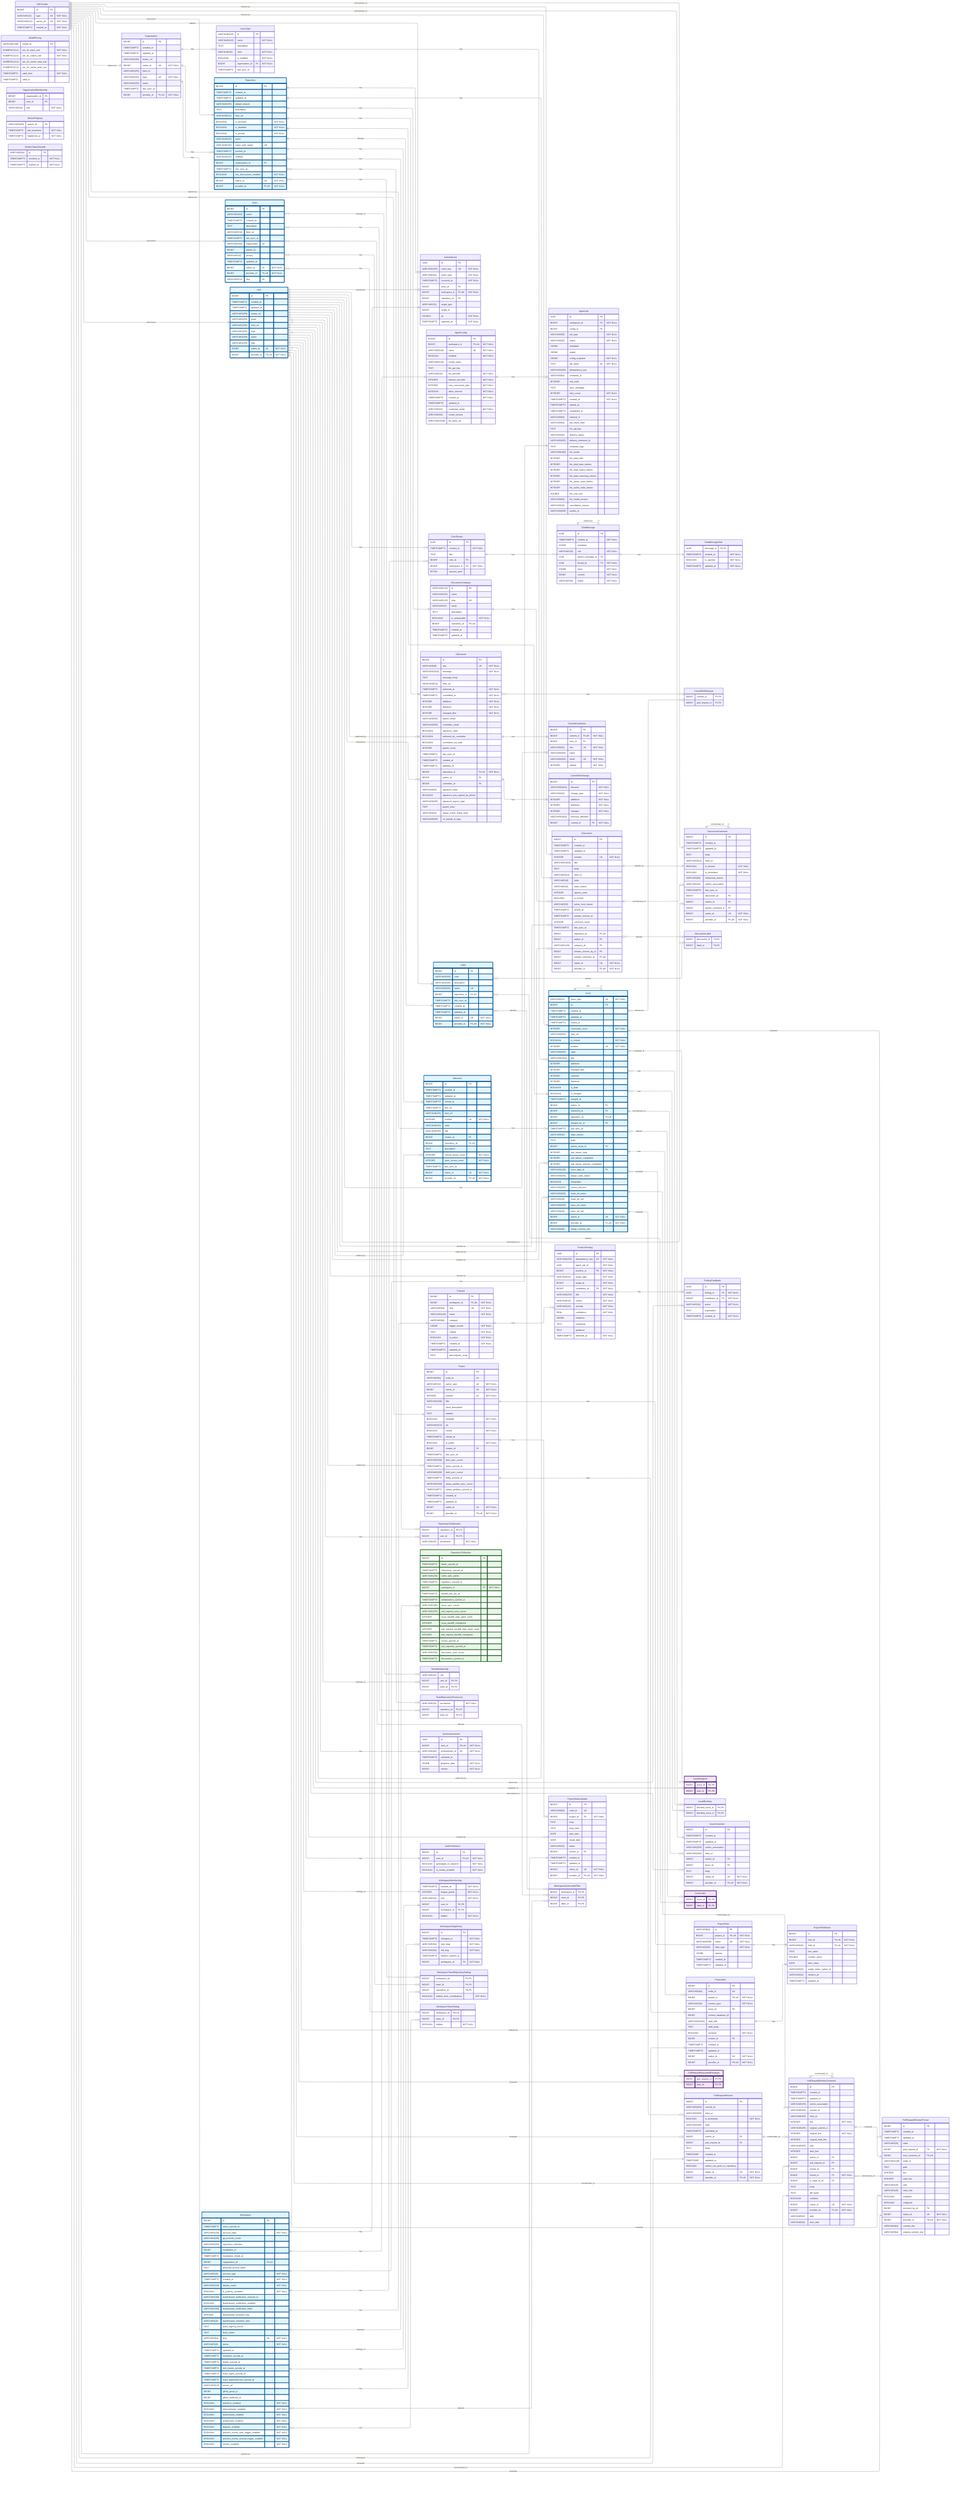
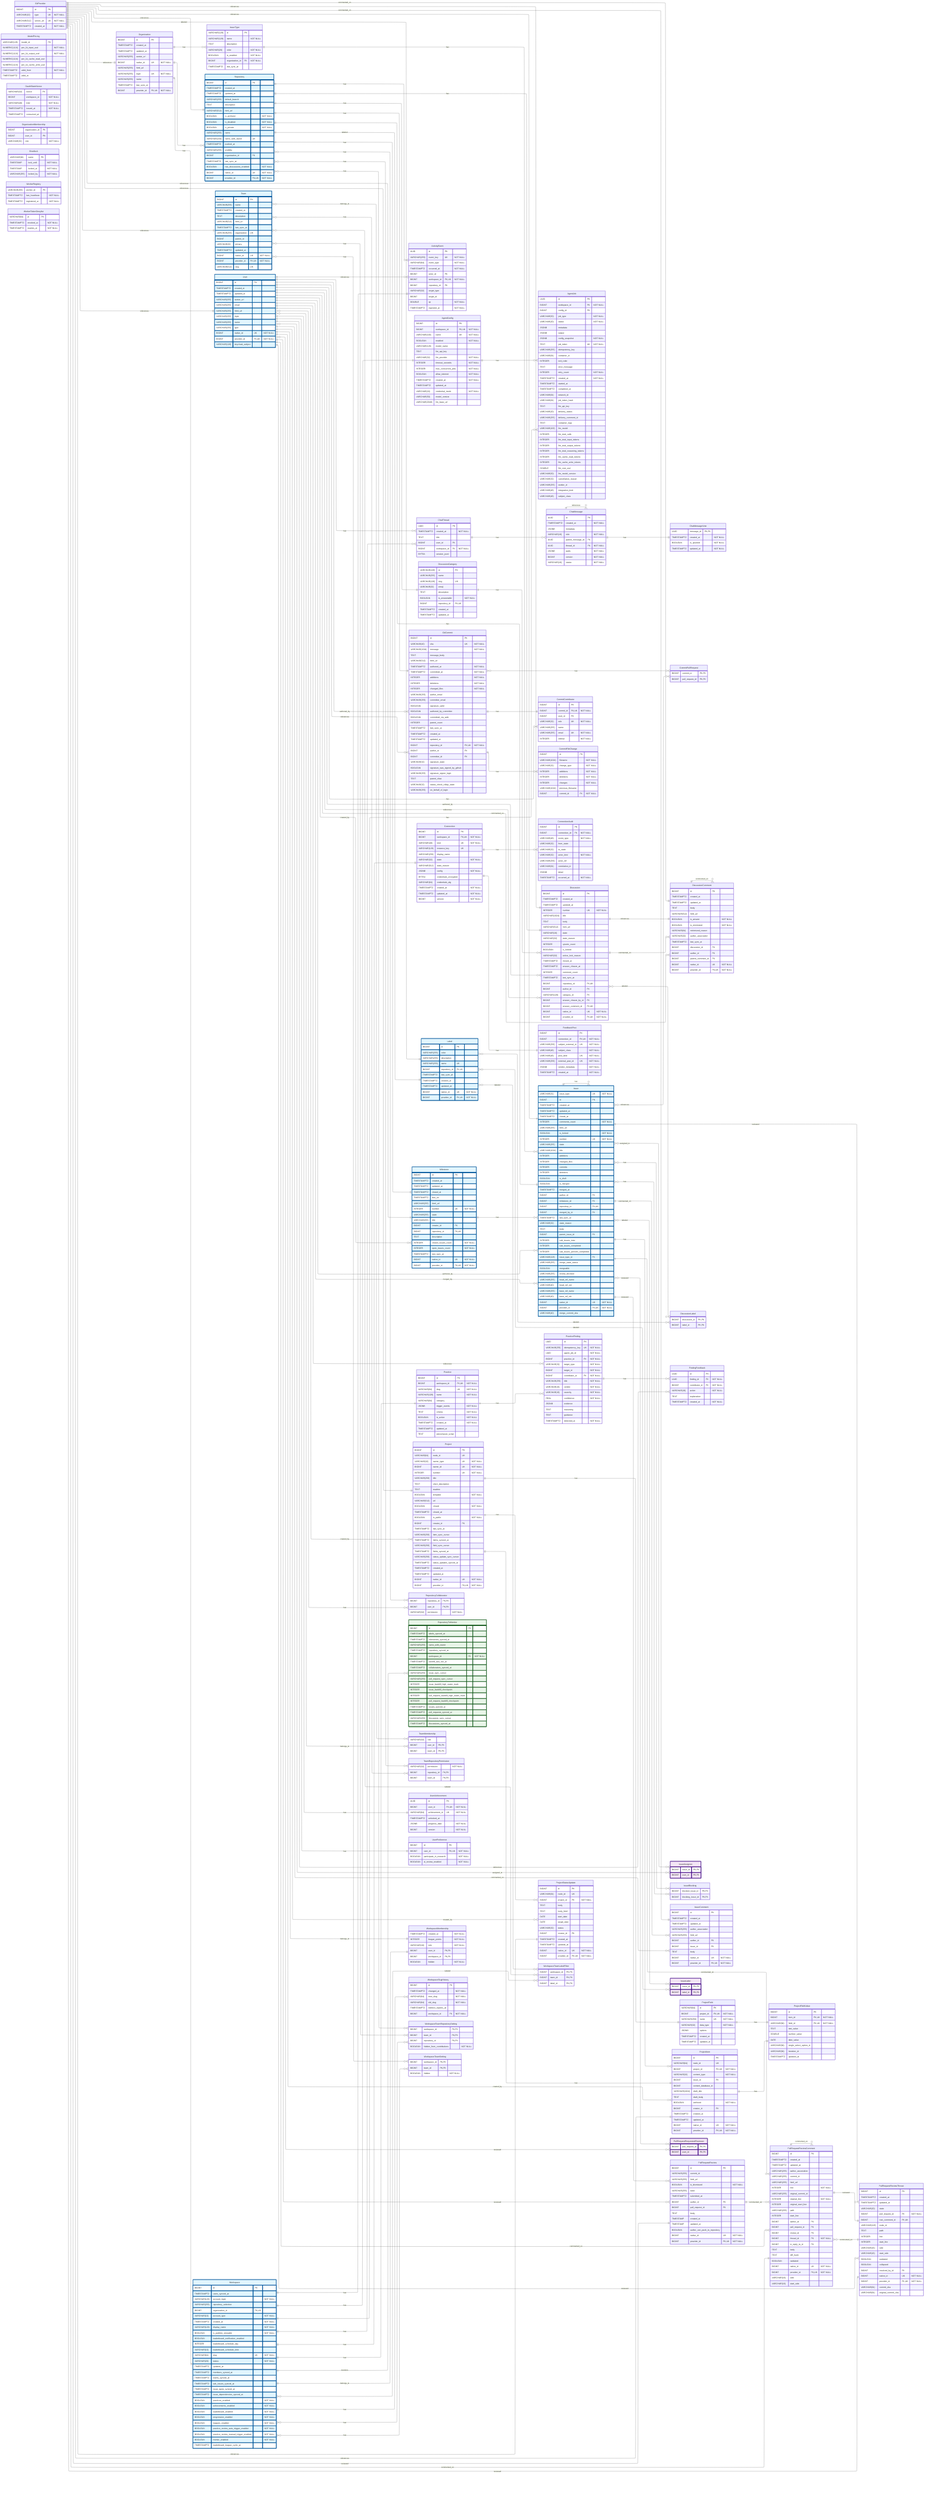
---
config:
    layout: elk
---
erDiagram
    %% Generated automatically from PostgreSQL database schema
    %% using scripts/generate-mermaid-erd.ts
    %% To regenerate: pnpm run db:generate-erd-docs

    direction LR

    ActivityEvent {
        UUID id PK
        VARCHAR(255) event_key UK "NOT NULL"
        VARCHAR(64) event_type "NOT NULL"
        TIMESTAMPTZ occurred_at "NOT NULL"
        BIGINT actor_id FK
        BIGINT workspace_id FK,UK "NOT NULL"
        BIGINT repository_id FK
        VARCHAR(32) target_type
        BIGINT target_id
        DOUBLE xp "NOT NULL"
        TIMESTAMPTZ ingested_at "NOT NULL"
    }

    AgentConfig {
        BIGINT id PK
        BIGINT workspace_id FK,UK "NOT NULL"
        VARCHAR(100) name UK "NOT NULL"
        BOOLEAN enabled "NOT NULL"
        VARCHAR(128) model_name
        TEXT llm_api_key
        VARCHAR(32) llm_provider "NOT NULL"
        INTEGER timeout_seconds "NOT NULL"
        INTEGER max_concurrent_jobs "NOT NULL"
        BOOLEAN allow_internet "NOT NULL"
        TIMESTAMPTZ created_at "NOT NULL"
        TIMESTAMPTZ updated_at
        VARCHAR(16) credential_mode "NOT NULL"
        VARCHAR(50) model_version
        VARCHAR(2048) llm_base_url
    }

    AgentJob {
        UUID id PK
        BIGINT workspace_id FK "NOT NULL"
        BIGINT config_id FK
        VARCHAR(50) job_type "NOT NULL"
        VARCHAR(20) status "NOT NULL"
        JSONB metadata
        JSONB output
        JSONB config_snapshot "NOT NULL"
        TEXT job_token UK "NOT NULL"
        VARCHAR(255) idempotency_key
        VARCHAR(64) container_id
        INTEGER exit_code
        TEXT error_message
        INTEGER retry_count "NOT NULL"
        TIMESTAMPTZ created_at "NOT NULL"
        TIMESTAMPTZ started_at
        TIMESTAMPTZ completed_at
        VARCHAR(64) network_id
        VARCHAR(64) job_token_hash
        TEXT llm_api_key
        VARCHAR(20) delivery_status
        VARCHAR(255) delivery_comment_id
        TEXT container_logs
        VARCHAR(100) llm_model
        INTEGER llm_total_calls
        INTEGER llm_total_input_tokens
        INTEGER llm_total_output_tokens
        INTEGER llm_total_reasoning_tokens
        INTEGER llm_cache_read_tokens
        INTEGER llm_cache_write_tokens
        DOUBLE llm_cost_usd
        VARCHAR(50) llm_model_version
        VARCHAR(32) cancellation_reason
        VARCHAR(255) worker_id
+         VARCHAR(48) integration_kind
+         VARCHAR(48) subject_class
    }

    ChatMessage {
        UUID id PK
        TIMESTAMPTZ created_at "NOT NULL"
        JSONB metadata
        VARCHAR(16) role "NOT NULL"
        UUID parent_message_id FK
        UUID thread_id FK "NOT NULL"
        JSONB parts "NOT NULL"
        BIGINT version "NOT NULL"
        VARCHAR(16) status "NOT NULL"
    }

    ChatMessageVote {
        UUID message_id PK,FK
        TIMESTAMPTZ created_at "NOT NULL"
        BOOLEAN is_upvoted "NOT NULL"
        TIMESTAMPTZ updated_at "NOT NULL"
    }

    ChatThread {
        UUID id PK
        TIMESTAMPTZ created_at "NOT NULL"
        TEXT title
        BIGINT user_id FK
        BIGINT workspace_id FK "NOT NULL"
        BYTEA session_jsonl
    }

    CommitContributor {
        BIGINT id PK
        BIGINT commit_id FK,UK "NOT NULL"
        BIGINT user_id FK
        VARCHAR(32) role UK "NOT NULL"
        VARCHAR(255) name
        VARCHAR(255) email UK "NOT NULL"
        INTEGER ordinal "NOT NULL"
    }

    CommitFileChange {
        BIGINT id PK
        VARCHAR(1024) filename "NOT NULL"
        VARCHAR(32) change_type "NOT NULL"
        INTEGER additions "NOT NULL"
        INTEGER deletions "NOT NULL"
        INTEGER changes "NOT NULL"
        VARCHAR(1024) previous_filename
        BIGINT commit_id FK "NOT NULL"
    }

    CommitPullRequest {
        BIGINT commit_id PK,FK
        BIGINT pull_request_id PK,FK
+     }
+ 
+     Connection {
+         BIGINT id PK
+         BIGINT workspace_id FK,UK "NOT NULL"
+         VARCHAR(48) kind UK "NOT NULL"
+         VARCHAR(128) instance_key UK
+         VARCHAR(256) display_name
+         VARCHAR(32) state "NOT NULL"
+         VARCHAR(512) state_reason
+         JSONB config "NOT NULL"
+         BYTEA credentials_encrypted
+         VARCHAR(64) credentials_alg
+         TIMESTAMPTZ created_at "NOT NULL"
+         TIMESTAMPTZ updated_at "NOT NULL"
+         BIGINT version "NOT NULL"
+     }
+ 
+     ConnectionAudit {
+         BIGINT id PK
+         BIGINT connection_id FK "NOT NULL"
+         VARCHAR(48) event_type "NOT NULL"
+         VARCHAR(32) from_state
+         VARCHAR(32) to_state
+         VARCHAR(32) actor_kind "NOT NULL"
+         VARCHAR(256) actor_ref
+         VARCHAR(64) correlation_id
+         JSONB detail
+         TIMESTAMPTZ occurred_at "NOT NULL"
    }

    Discussion {
        BIGINT id PK
        TIMESTAMPTZ created_at
        TIMESTAMPTZ updated_at
        INTEGER number UK "NOT NULL"
        VARCHAR(1024) title
        TEXT body
        VARCHAR(512) html_url
        VARCHAR(16) state
        VARCHAR(32) state_reason
        INTEGER upvote_count
        BOOLEAN is_locked
        VARCHAR(32) active_lock_reason
        TIMESTAMPTZ closed_at
        TIMESTAMPTZ answer_chosen_at
        INTEGER comment_count
        TIMESTAMPTZ last_sync_at
        BIGINT repository_id FK,UK
        BIGINT author_id FK
        VARCHAR(128) category_id FK
        BIGINT answer_chosen_by_id FK
        BIGINT answer_comment_id FK,UK
        BIGINT native_id UK "NOT NULL"
        BIGINT provider_id FK,UK "NOT NULL"
    }

    DiscussionCategory {
        VARCHAR(128) id PK
        VARCHAR(255) name
        VARCHAR(128) slug UK
        VARCHAR(32) emoji
        TEXT description
        BOOLEAN is_answerable "NOT NULL"
        BIGINT repository_id FK,UK
        TIMESTAMPTZ created_at
        TIMESTAMPTZ updated_at
    }

    DiscussionComment {
        BIGINT id PK
        TIMESTAMPTZ created_at
        TIMESTAMPTZ updated_at
        TEXT body
        VARCHAR(512) html_url
        BOOLEAN is_answer "NOT NULL"
        BOOLEAN is_minimized "NOT NULL"
        VARCHAR(64) minimized_reason
        VARCHAR(32) author_association
        TIMESTAMPTZ last_sync_at
        BIGINT discussion_id FK
        BIGINT author_id FK
        BIGINT parent_comment_id FK
        BIGINT native_id UK "NOT NULL"
        BIGINT provider_id FK,UK "NOT NULL"
    }

    DiscussionLabel {
        BIGINT discussion_id PK,FK
        BIGINT label_id PK,FK
+     }
+ 
+     FeedbackPost {
+         BIGINT id PK
+         BIGINT connection_id FK,UK "NOT NULL"
+         VARCHAR(256) subject_external_id UK "NOT NULL"
+         VARCHAR(48) subject_class "NOT NULL"
+         VARCHAR(48) post_kind UK "NOT NULL"
+         VARCHAR(256) external_post_id UK "NOT NULL"
+         JSONB vendor_metadata "NOT NULL"
+         TIMESTAMPTZ created_at "NOT NULL"
    }

    FindingFeedback {
        UUID id PK
        UUID finding_id FK "NOT NULL"
        BIGINT contributor_id FK "NOT NULL"
        VARCHAR(16) action "NOT NULL"
        TEXT explanation
        TIMESTAMPTZ created_at "NOT NULL"
    }

    GitCommit {
        BIGINT id PK
        VARCHAR(40) sha UK "NOT NULL"
        VARCHAR(1024) message "NOT NULL"
        TEXT message_body
        VARCHAR(512) html_url
        TIMESTAMPTZ authored_at "NOT NULL"
        TIMESTAMPTZ committed_at "NOT NULL"
        INTEGER additions "NOT NULL"
        INTEGER deletions "NOT NULL"
        INTEGER changed_files "NOT NULL"
        VARCHAR(255) author_email
        VARCHAR(255) committer_email
        BOOLEAN signature_valid
        BOOLEAN authored_by_committer
        BOOLEAN committed_via_web
        INTEGER parent_count
        TIMESTAMPTZ last_sync_at
        TIMESTAMPTZ created_at
        TIMESTAMPTZ updated_at
        BIGINT repository_id FK,UK "NOT NULL"
        BIGINT author_id FK
        BIGINT committer_id FK
        VARCHAR(32) signature_state
        BOOLEAN signature_was_signed_by_github
        VARCHAR(255) signature_signer_login
        TEXT parent_shas
        VARCHAR(32) status_check_rollup_state
        VARCHAR(255) on_behalf_of_login
    }

    GitProvider {
        BIGINT id PK
        VARCHAR(10) type UK "NOT NULL"
        VARCHAR(512) server_url UK "NOT NULL"
        TIMESTAMPTZ created_at "NOT NULL"
    }

    Issue {
        VARCHAR(31) issue_type UK "NOT NULL"
        BIGINT id PK
        TIMESTAMPTZ created_at
        TIMESTAMPTZ updated_at
        TIMESTAMPTZ closed_at
        INTEGER comments_count "NOT NULL"
        VARCHAR(255) html_url
        BOOLEAN is_locked "NOT NULL"
        INTEGER number UK "NOT NULL"
        VARCHAR(255) state
        VARCHAR(1024) title
        INTEGER additions
        INTEGER changed_files
        INTEGER commits
        INTEGER deletions
        BOOLEAN is_draft
        BOOLEAN is_merged
        TIMESTAMPTZ merged_at
        BIGINT author_id FK
        BIGINT milestone_id FK
        BIGINT repository_id FK,UK
        BIGINT merged_by_id FK
        TIMESTAMPTZ last_sync_at
        VARCHAR(32) state_reason
        TEXT body
        BIGINT parent_issue_id FK
        INTEGER sub_issues_total
        INTEGER sub_issues_completed
        INTEGER sub_issues_percent_completed
        VARCHAR(128) issue_type_id FK
        VARCHAR(255) merge_state_status
        BOOLEAN mergeable
        VARCHAR(255) review_decision
        VARCHAR(255) head_ref_name
        VARCHAR(40) head_ref_oid
        VARCHAR(255) base_ref_name
        VARCHAR(40) base_ref_oid
        BIGINT native_id UK "NOT NULL"
        BIGINT provider_id FK,UK "NOT NULL"
        VARCHAR(40) merge_commit_sha
    }

    IssueAssignee {
        BIGINT issue_id PK,FK
        BIGINT user_id PK,FK
    }

    IssueBlocking {
        BIGINT blocked_issue_id PK,FK
        BIGINT blocking_issue_id PK,FK
    }

    IssueComment {
        BIGINT id PK
        TIMESTAMPTZ created_at
        TIMESTAMPTZ updated_at
        VARCHAR(255) author_association
        VARCHAR(255) html_url
        BIGINT author_id FK
        BIGINT issue_id FK
        TEXT body
        BIGINT native_id UK "NOT NULL"
        BIGINT provider_id FK,UK "NOT NULL"
    }

    IssueLabel {
        BIGINT issue_id PK,FK
        BIGINT label_id PK,FK
    }

    IssueType {
        VARCHAR(128) id PK
        VARCHAR(128) name "NOT NULL"
        TEXT description
        VARCHAR(20) color "NOT NULL"
        BOOLEAN is_enabled "NOT NULL"
        BIGINT organization_id FK "NOT NULL"
        TIMESTAMPTZ last_sync_at
    }

    Label {
        BIGINT id PK
        VARCHAR(255) color
        VARCHAR(255) description
        VARCHAR(255) name UK
        BIGINT repository_id FK,UK
        TIMESTAMPTZ last_sync_at
        TIMESTAMPTZ created_at
        TIMESTAMPTZ updated_at
        BIGINT native_id UK "NOT NULL"
        BIGINT provider_id FK,UK "NOT NULL"
    }

    Milestone {
        BIGINT id PK
        TIMESTAMPTZ created_at
        TIMESTAMPTZ updated_at
        TIMESTAMPTZ closed_at
        TIMESTAMPTZ due_on
        VARCHAR(255) html_url
        INTEGER number UK "NOT NULL"
        VARCHAR(255) state
        VARCHAR(255) title
        BIGINT creator_id FK
        BIGINT repository_id FK,UK
        TEXT description
        INTEGER closed_issues_count "NOT NULL"
        INTEGER open_issues_count "NOT NULL"
        TIMESTAMPTZ last_sync_at
        BIGINT native_id UK "NOT NULL"
        BIGINT provider_id FK,UK "NOT NULL"
    }

    ModelPricing {
        VARCHAR(128) model_id PK
        NUMERIC(12,6) per_1k_input_usd "NOT NULL"
        NUMERIC(12,6) per_1k_output_usd "NOT NULL"
        NUMERIC(12,6) per_1k_cache_read_usd
        NUMERIC(12,6) per_1k_cache_write_usd
        TIMESTAMPTZ valid_from "NOT NULL"
        TIMESTAMPTZ valid_to
    }

+     OauthStateNonce {
+         VARCHAR(32) nonce PK
+         BIGINT workspace_id "NOT NULL"
+         VARCHAR(48) kind "NOT NULL"
+         TIMESTAMPTZ issued_at "NOT NULL"
+         TIMESTAMPTZ consumed_at
+     }
+ 
    Organization {
        BIGINT id PK
        TIMESTAMPTZ created_at
        TIMESTAMPTZ updated_at
        VARCHAR(255) avatar_url
        BIGINT native_id UK "NOT NULL"
        VARCHAR(255) html_url
        VARCHAR(255) login UK "NOT NULL"
        VARCHAR(255) name
        TIMESTAMPTZ last_sync_at
        BIGINT provider_id FK,UK "NOT NULL"
    }

    OrganizationMembership {
        BIGINT organization_id PK
        BIGINT user_id PK
        VARCHAR(32) role "NOT NULL"
    }

    Practice {
        BIGINT id PK
        BIGINT workspace_id FK,UK "NOT NULL"
        VARCHAR(64) slug UK "NOT NULL"
        VARCHAR(128) name "NOT NULL"
        VARCHAR(64) category
        JSONB trigger_events "NOT NULL"
        TEXT criteria "NOT NULL"
        BOOLEAN is_active "NOT NULL"
        TIMESTAMPTZ created_at "NOT NULL"
        TIMESTAMPTZ updated_at
        TEXT precompute_script
    }

    PracticeFinding {
        UUID id PK
        VARCHAR(255) idempotency_key UK "NOT NULL"
        UUID agent_job_id "NOT NULL"
        BIGINT practice_id FK "NOT NULL"
        VARCHAR(32) target_type "NOT NULL"
        BIGINT target_id "NOT NULL"
        BIGINT contributor_id FK "NOT NULL"
        VARCHAR(255) title "NOT NULL"
        VARCHAR(16) verdict "NOT NULL"
        VARCHAR(16) severity "NOT NULL"
        REAL confidence "NOT NULL"
        JSONB evidence
        TEXT reasoning
        TEXT guidance
        TIMESTAMPTZ detected_at "NOT NULL"
    }

    Project {
        BIGINT id PK
        VARCHAR(64) node_id UK
        VARCHAR(32) owner_type UK "NOT NULL"
        BIGINT owner_id UK "NOT NULL"
        INTEGER number UK "NOT NULL"
        VARCHAR(256) title
        TEXT short_description
        TEXT readme
        BOOLEAN template "NOT NULL"
        VARCHAR(512) url
        BOOLEAN closed "NOT NULL"
        TIMESTAMPTZ closed_at
        BOOLEAN is_public "NOT NULL"
        BIGINT creator_id FK
        TIMESTAMPTZ last_sync_at
        VARCHAR(256) item_sync_cursor
        TIMESTAMPTZ items_synced_at
        VARCHAR(256) field_sync_cursor
        TIMESTAMPTZ fields_synced_at
        VARCHAR(256) status_update_sync_cursor
        TIMESTAMPTZ status_updates_synced_at
        TIMESTAMPTZ created_at
        TIMESTAMPTZ updated_at
        BIGINT native_id UK "NOT NULL"
        BIGINT provider_id FK,UK "NOT NULL"
    }

    ProjectField {
        VARCHAR(64) id PK
        BIGINT project_id FK,UK "NOT NULL"
        VARCHAR(256) name UK "NOT NULL"
        VARCHAR(32) data_type "NOT NULL"
        JSONB options
        TIMESTAMPTZ created_at
        TIMESTAMPTZ updated_at
    }

    ProjectFieldValue {
        BIGINT id PK
        BIGINT item_id FK,UK "NOT NULL"
        VARCHAR(64) field_id FK,UK "NOT NULL"
        TEXT text_value
        DOUBLE number_value
        DATE date_value
        VARCHAR(64) single_select_option_id
        VARCHAR(64) iteration_id
        TIMESTAMPTZ updated_at
    }

    ProjectItem {
        BIGINT id PK
        VARCHAR(64) node_id UK
        BIGINT project_id FK,UK "NOT NULL"
        VARCHAR(32) content_type "NOT NULL"
        BIGINT issue_id FK
        BIGINT content_database_id
        VARCHAR(1024) draft_title
        TEXT draft_body
        BOOLEAN archived "NOT NULL"
        BIGINT creator_id FK
        TIMESTAMPTZ created_at
        TIMESTAMPTZ updated_at
        BIGINT native_id UK "NOT NULL"
        BIGINT provider_id FK,UK "NOT NULL"
    }

    ProjectStatusUpdate {
        BIGINT id PK
        VARCHAR(64) node_id UK
        BIGINT project_id FK "NOT NULL"
        TEXT body
        TEXT body_html
        DATE start_date
        DATE target_date
        VARCHAR(32) status
        BIGINT creator_id FK
        TIMESTAMPTZ created_at
        TIMESTAMPTZ updated_at
        BIGINT native_id UK "NOT NULL"
        BIGINT provider_id FK,UK "NOT NULL"
    }

    PullRequestRequestedReviewer {
        BIGINT pull_request_id PK,FK
        BIGINT user_id PK,FK
    }

    PullRequestReview {
        BIGINT id PK
        VARCHAR(255) commit_id
        VARCHAR(255) html_url
        BOOLEAN is_dismissed "NOT NULL"
        VARCHAR(255) state
        TIMESTAMPTZ submitted_at
        BIGINT author_id FK
        BIGINT pull_request_id FK
        TEXT body
        TIMESTAMP created_at
        TIMESTAMP updated_at
        BOOLEAN author_can_push_to_repository
        BIGINT native_id UK "NOT NULL"
        BIGINT provider_id FK,UK "NOT NULL"
    }

    PullRequestReviewComment {
        BIGINT id PK
        TIMESTAMPTZ created_at
        TIMESTAMPTZ updated_at
        VARCHAR(255) author_association
        VARCHAR(255) commit_id
        VARCHAR(255) html_url
        INTEGER line "NOT NULL"
        VARCHAR(255) original_commit_id
        INTEGER original_line "NOT NULL"
        INTEGER original_start_line
        VARCHAR(255) path
        INTEGER start_line
        BIGINT author_id FK
        BIGINT pull_request_id FK
        BIGINT review_id FK
        BIGINT thread_id FK "NOT NULL"
        BIGINT in_reply_to_id FK
        TEXT body
        TEXT diff_hunk
        BOOLEAN outdated
        BIGINT native_id UK "NOT NULL"
        BIGINT provider_id FK,UK "NOT NULL"
        VARCHAR(16) side
        VARCHAR(16) start_side
    }

    PullRequestReviewThread {
        BIGINT id PK
        TIMESTAMPTZ created_at
        TIMESTAMPTZ updated_at
        VARCHAR(20) state
        BIGINT pull_request_id FK "NOT NULL"
        BIGINT root_comment_id FK,UK
        VARCHAR(128) node_id
        TEXT path
        INTEGER line
        INTEGER start_line
        VARCHAR(16) side
        VARCHAR(16) start_side
        BOOLEAN outdated
        BOOLEAN collapsed
        BIGINT resolved_by_id FK
        BIGINT native_id UK "NOT NULL"
        BIGINT provider_id FK,UK "NOT NULL"
        VARCHAR(64) commit_sha
        VARCHAR(64) original_commit_sha
    }

    Repository {
        BIGINT id PK
        TIMESTAMPTZ created_at
        TIMESTAMPTZ updated_at
        VARCHAR(255) default_branch
        TEXT description
        VARCHAR(512) html_url
        BOOLEAN is_archived "NOT NULL"
        BOOLEAN is_disabled "NOT NULL"
        BOOLEAN is_private "NOT NULL"
        VARCHAR(255) name
        VARCHAR(150) name_with_owner UK
        TIMESTAMPTZ pushed_at
        VARCHAR(255) visibility
        BIGINT organization_id FK
        TIMESTAMPTZ last_sync_at
        BOOLEAN has_discussions_enabled "NOT NULL"
        BIGINT native_id UK "NOT NULL"
        BIGINT provider_id FK,UK "NOT NULL"
    }

    RepositoryCollaborator {
        BIGINT repository_id PK,FK
        BIGINT user_id PK,FK
        VARCHAR(32) permission "NOT NULL"
    }

    RepositoryToMonitor {
        BIGINT id PK
        TIMESTAMPTZ labels_synced_at
        TIMESTAMPTZ milestones_synced_at
        VARCHAR(255) name_with_owner
        TIMESTAMPTZ repository_synced_at
        BIGINT workspace_id FK "NOT NULL"
        TIMESTAMPTZ backfill_last_run_at
        TIMESTAMPTZ collaborators_synced_at
        VARCHAR(255) issue_sync_cursor
        VARCHAR(255) pull_request_sync_cursor
        INTEGER issue_backfill_high_water_mark
        INTEGER issue_backfill_checkpoint
        INTEGER pull_request_backfill_high_water_mark
        INTEGER pull_request_backfill_checkpoint
        TIMESTAMPTZ issues_synced_at
        TIMESTAMPTZ pull_requests_synced_at
        VARCHAR(255) discussion_sync_cursor
        TIMESTAMPTZ discussions_synced_at
    }

+     Shedlock {
+         VARCHAR(64) name PK
+         TIMESTAMP lock_until "NOT NULL"
+         TIMESTAMP locked_at "NOT NULL"
+         VARCHAR(255) locked_by "NOT NULL"
+     }
+ 
    Team {
        BIGINT id PK
        VARCHAR(255) name
        TIMESTAMPTZ created_at
        TEXT description
        VARCHAR(512) html_url
        TIMESTAMPTZ last_sync_at
        VARCHAR(255) organization UK
        BIGINT parent_id
        VARCHAR(32) privacy
        TIMESTAMPTZ updated_at
        BIGINT native_id UK "NOT NULL"
        BIGINT provider_id FK,UK "NOT NULL"
        VARCHAR(512) slug UK
    }

    TeamMembership {
        VARCHAR(32) role
        BIGINT user_id PK,FK
        BIGINT team_id PK,FK
    }

    TeamRepositoryPermission {
        VARCHAR(32) permission "NOT NULL"
        BIGINT repository_id PK,FK
        BIGINT team_id PK,FK
    }

    User {
        BIGINT id PK
        TIMESTAMPTZ created_at
        TIMESTAMPTZ updated_at
        VARCHAR(255) avatar_url
        VARCHAR(255) email
        VARCHAR(255) html_url
        VARCHAR(255) login
        VARCHAR(255) name
        VARCHAR(255) type
        BIGINT native_id UK "NOT NULL"
        BIGINT provider_id FK,UK "NOT NULL"
+         VARCHAR(128) keycloak_subject
    }

    UserAchievement {
        UUID id PK
        BIGINT user_id FK,UK "NOT NULL"
        VARCHAR(64) achievement_id UK "NOT NULL"
        TIMESTAMPTZ unlocked_at
        JSONB progress_data "NOT NULL"
        BIGINT version "NOT NULL"
    }

    UserPreference {
        BIGINT id PK
        BIGINT user_id FK,UK "NOT NULL"
        BOOLEAN participate_in_research "NOT NULL"
        BOOLEAN ai_review_enabled "NOT NULL"
    }

    WorkerRegistry {
        VARCHAR(255) worker_id PK
        TIMESTAMPTZ last_heartbeat "NOT NULL"
        TIMESTAMPTZ registered_at "NOT NULL"
    }

    WorkerTokenDenylist {
        VARCHAR(64) jti PK
        TIMESTAMPTZ revoked_at "NOT NULL"
        TIMESTAMPTZ expires_at "NOT NULL"
    }

    Workspace {
        BIGINT id PK
        TIMESTAMPTZ users_synced_at
        VARCHAR(120) account_login "NOT NULL"
-         VARCHAR(255) git_provider_mode
        VARCHAR(255) repository_selection
-         BIGINT installation_id
-         TIMESTAMPTZ installation_linked_at
        BIGINT organization_id FK,UK
-         TEXT personal_access_token
        VARCHAR(10) account_type "NOT NULL"
        TIMESTAMPTZ created_at "NOT NULL"
        VARCHAR(120) display_name "NOT NULL"
        BOOLEAN is_publicly_viewable "NOT NULL"
-         VARCHAR(100) leaderboard_notification_channel_id
        BOOLEAN leaderboard_notification_enabled
-         VARCHAR(100) leaderboard_notification_team
        INTEGER leaderboard_schedule_day
        VARCHAR(10) leaderboard_schedule_time
-         TEXT slack_signing_secret
-         TEXT slack_token
        VARCHAR(64) slug UK "NOT NULL"
        VARCHAR(20) status "NOT NULL"
        TIMESTAMPTZ updated_at
        TIMESTAMPTZ members_synced_at
        TIMESTAMPTZ teams_synced_at
        TIMESTAMPTZ sub_issues_synced_at
        TIMESTAMPTZ issue_types_synced_at
        TIMESTAMPTZ issue_dependencies_synced_at
-         VARCHAR(512) server_url
-         BIGINT gitlab_group_id
-         BIGINT gitlab_webhook_id
        BOOLEAN practices_enabled "NOT NULL"
        BOOLEAN achievements_enabled "NOT NULL"
        BOOLEAN leaderboard_enabled "NOT NULL"
        BOOLEAN progression_enabled "NOT NULL"
        BOOLEAN leagues_enabled "NOT NULL"
        BOOLEAN practice_review_auto_trigger_enabled "NOT NULL"
        BOOLEAN practice_review_manual_trigger_enabled "NOT NULL"
        BOOLEAN mentor_enabled "NOT NULL"
+         TIMESTAMPTZ leaderboard_league_cycle_at
    }

    WorkspaceMembership {
        TIMESTAMPTZ created_at "NOT NULL"
        INTEGER league_points "NOT NULL"
        VARCHAR(16) role "NOT NULL"
        BIGINT user_id PK,FK
        BIGINT workspace_id PK,FK
        BOOLEAN hidden "NOT NULL"
    }

    WorkspaceSlugHistory {
        BIGINT id PK
        TIMESTAMPTZ changed_at "NOT NULL"
        VARCHAR(64) new_slug "NOT NULL"
        VARCHAR(64) old_slug "NOT NULL"
        TIMESTAMPTZ redirect_expires_at
        BIGINT workspace_id FK "NOT NULL"
    }

    WorkspaceTeamLabelFilter {
        BIGINT workspace_id PK,FK
        BIGINT team_id PK,FK
        BIGINT label_id PK,FK
    }

    WorkspaceTeamRepositorySetting {
        BIGINT workspace_id PK,FK
        BIGINT team_id PK,FK
        BIGINT repository_id PK,FK
        BOOLEAN hidden_from_contributions "NOT NULL"
    }

    WorkspaceTeamSetting {
        BIGINT workspace_id PK,FK
        BIGINT team_id PK,FK
        BOOLEAN hidden "NOT NULL"
    }

    %% Relationships
    %% One-to-One relationships
    Workspace ||--|| ActivityEvent : has
    Workspace ||--|| AgentConfig : has
    ChatMessage ||--|| ChatMessageVote : has
    GitCommit ||--|| CommitContributor : has
+     Workspace ||--|| Connection : has
    DiscussionComment ||--|| Discussion : references
    GitProvider ||--|| Discussion : references
    Repository ||--|| Discussion : has
    Repository ||--|| DiscussionCategory : has
    GitProvider ||--|| DiscussionComment : commented_on
+     Connection ||--|| FeedbackPost : has
    Repository ||--|| GitCommit : has
    GitProvider ||--|| Issue : references
    Repository ||--|| Issue : has
    GitProvider ||--|| IssueComment : commented_on
    GitProvider ||--|| Label : labeled
    Repository ||--|| Label : labeled
    GitProvider ||--|| Milestone : references
    Repository ||--|| Milestone : has
    GitProvider ||--|| Organization : references
    Workspace ||--|| Practice : has
    GitProvider ||--|| Project : references
    Project ||--|| ProjectField : has
    ProjectField ||--|| ProjectFieldValue : has
    ProjectItem ||--|| ProjectFieldValue : has
    Project ||--|| ProjectItem : has
    GitProvider ||--|| ProjectItem : references
    GitProvider ||--|| ProjectStatusUpdate : references
    GitProvider ||--|| PullRequestReview : reviewed
    GitProvider ||--|| PullRequestReviewComment : commented_on
    GitProvider ||--|| PullRequestReviewThread : reviewed
    PullRequestReviewComment ||--|| PullRequestReviewThread : reviewed
    GitProvider ||--|| Repository : references
    GitProvider ||--|| Team : references
    GitProvider ||--|| User : references
    User ||--|| UserAchievement : has
    User ||--|| UserPreference : has
    Organization ||--|| Workspace : has
    User ||--|| WorkspaceMembership : belongs_to
    Workspace ||--|| WorkspaceMembership : belongs_to

    %% One-to-Many relationships
    User ||--o{ ActivityEvent : references
    Repository ||--o{ ActivityEvent : has
    AgentConfig ||--o{ AgentJob : has
    Workspace ||--o{ AgentJob : has
    ChatMessage ||--o{ ChatMessage : references
    ChatThread ||--o{ ChatMessage : has
    User ||--o{ ChatThread : has
    Workspace ||--o{ ChatThread : has
    User ||--o{ CommitContributor : has
    GitCommit ||--o{ CommitFileChange : has
+     Connection ||--o{ ConnectionAudit : has
    User ||--o{ Discussion : references
    User ||--o{ Discussion : authored_by
    DiscussionCategory ||--o{ Discussion : has
    User ||--o{ DiscussionComment : commented_on
    Discussion ||--o{ DiscussionComment : commented_on
    DiscussionComment ||--o{ DiscussionComment : commented_on
    User ||--o{ FindingFeedback : references
    PracticeFinding ||--o{ FindingFeedback : has
    User ||--o{ GitCommit : authored_by
    User ||--o{ GitCommit : references
    User ||--o{ Issue : authored_by
    IssueType ||--o{ Issue : has
    User ||--o{ Issue : merged_by
    Milestone ||--o{ Issue : has
    Issue ||--o{ Issue : has
    User ||--o{ IssueComment : commented_on
    Issue ||--o{ IssueComment : commented_on
    Organization ||--o{ IssueType : has
    User ||--o{ Milestone : created_by
    User ||--o{ PracticeFinding : references
    Practice ||--o{ PracticeFinding : has
    User ||--o{ Project : created_by
    User ||--o{ ProjectItem : created_by
    Issue ||--o{ ProjectItem : has
    User ||--o{ ProjectStatusUpdate : created_by
    Project ||--o{ ProjectStatusUpdate : has
    User ||--o{ PullRequestReview : reviewed
    Issue ||--o{ PullRequestReview : reviewed
    User ||--o{ PullRequestReviewComment : commented_on
    PullRequestReviewComment ||--o{ PullRequestReviewComment : commented_on
    Issue ||--o{ PullRequestReviewComment : commented_on
    PullRequestReview ||--o{ PullRequestReviewComment : commented_on
    PullRequestReviewThread ||--o{ PullRequestReviewComment : commented_on
    Issue ||--o{ PullRequestReviewThread : reviewed
    User ||--o{ PullRequestReviewThread : reviewed
    Organization ||--o{ Repository : has
    Workspace ||--o{ RepositoryToMonitor : monitors
    Workspace ||--o{ WorkspaceSlugHistory : has

    %% Many-to-Many relationships
    GitCommit }o--o{ CommitPullRequest : has
    Issue }o--o{ CommitPullRequest : references
    Discussion }o--o{ DiscussionLabel : labeled
    Label }o--o{ DiscussionLabel : labeled
    Issue }o--o{ IssueAssignee : assigned_to
    User }o--o{ IssueAssignee : assigned_to
    Issue }o--o{ IssueBlocking : has
    Issue }o--o{ IssueBlocking : has
    Issue }o--o{ IssueLabel : labeled
    Label }o--o{ IssueLabel : labeled
    Issue }o--o{ PullRequestRequestedReviewer : reviewed
    User }o--o{ PullRequestRequestedReviewer : reviewed
    Repository }o--o{ RepositoryCollaborator : has
    User }o--o{ RepositoryCollaborator : has
    Team }o--o{ TeamMembership : belongs_to
    User }o--o{ TeamMembership : belongs_to
    Repository }o--o{ TeamRepositoryPermission : has
    Team }o--o{ TeamRepositoryPermission : has
    Label }o--o{ WorkspaceTeamLabelFilter : labeled
    Team }o--o{ WorkspaceTeamLabelFilter : labeled
    Workspace }o--o{ WorkspaceTeamLabelFilter : labeled
    Repository }o--o{ WorkspaceTeamRepositorySetting : has
    Team }o--o{ WorkspaceTeamRepositorySetting : has
    Workspace }o--o{ WorkspaceTeamRepositorySetting : has
    Team }o--o{ WorkspaceTeamSetting : has
    Workspace }o--o{ WorkspaceTeamSetting : has

    %% Styling
    classDef primaryEntity fill:#e1f5fe,stroke:#01579b,stroke-width:2px
    classDef associationEntity fill:#f3e5f5,stroke:#4a148c,stroke-width:2px
    classDef metadataEntity fill:#e8f5e8,stroke:#1b5e20,stroke-width:2px

    class Issue primaryEntity
    class IssueAssignee associationEntity
    class IssueLabel associationEntity
    class Label primaryEntity
    class Milestone primaryEntity
    class PullRequestRequestedReviewer associationEntity
    class Repository primaryEntity
    class RepositoryToMonitor metadataEntity
    class Team primaryEntity
    class User primaryEntity
    class Workspace primaryEntity
